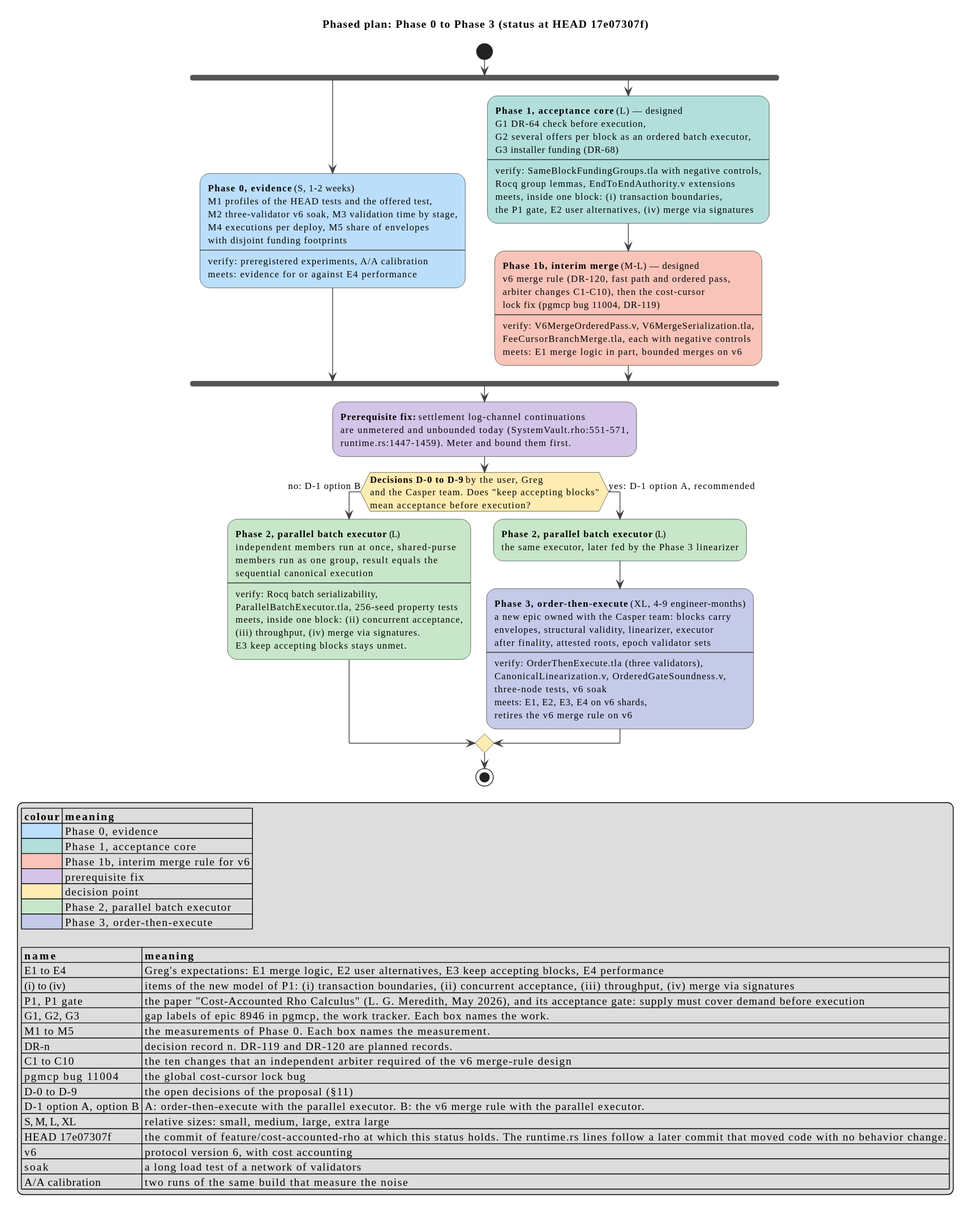
The PlantUML diagram docs/casper/theory/diagrams/consensus-proposal-phase-plan.svg in F1R3FLY-io/f1r3node-rust, before a commit.
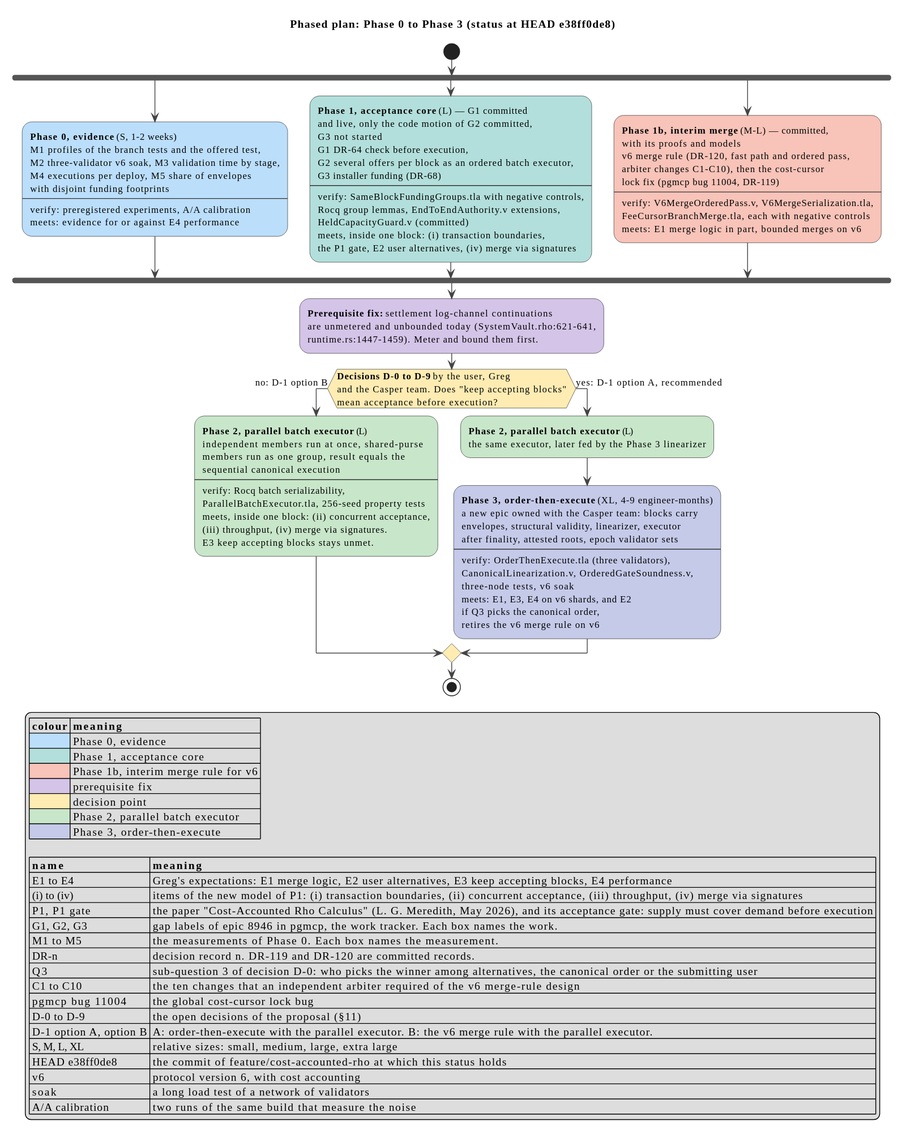
After the commit.

Commit message:
[agent] Apply the audit corrections of 2026-10-12 to the proposal, design and records

Diff of the diagram source:
```diff
@@ -6,12 +6,12 @@
 skinparam ActivityDiamondBackgroundColor $ca_control
 skinparam ActivityDiamondBorderColor #333333
 skinparam ActivityBarColor #555555
-title Phased plan: Phase 0 to Phase 3 (status at HEAD 17e07307f)
+title Phased plan: Phase 0 to Phase 3 (status at HEAD e38ff0de8)
 
 start
 fork
   :**Phase 0, evidence** (S, 1-2 weeks)
-  M1 profiles of the HEAD tests and the offered test,
+  M1 profiles of the branch tests and the offered test,
   M2 three-validator v6 soak, M3 validation time by stage,
   M4 executions per deploy, M5 share of envelopes
   with disjoint funding footprints
@@ -19,16 +19,21 @@
   verify: preregistered experiments, A/A calibration
   meets: evidence for or against E4 performance; <<$ca_supply>>
 fork again
-  :**Phase 1, acceptance core** (L) — designed
+  :**Phase 1, acceptance core** (L) — G1 committed
+  and live, only the code motion of G2 committed,
+  G3 not started
   G1 DR-64 check before execution,
   G2 several offers per block as an ordered batch executor,
   G3 installer funding (DR-68)
   ----
   verify: SameBlockFundingGroups.tla with negative controls,
-  Rocq group lemmas, EndToEndAuthority.v extensions
+  Rocq group lemmas, EndToEndAuthority.v extensions,
+  HeldCapacityGuard.v (committed)
   meets, inside one block: (i) transaction boundaries,
   the P1 gate, E2 user alternatives, (iv) merge via signatures; <<$ca_gate>>
-  :**Phase 1b, interim merge** (M-L) — designed
+fork again
+  :**Phase 1b, interim merge** (M-L) — committed,
+  with its proofs and models
   v6 merge rule (DR-120, fast path and ordered pass,
   arbiter changes C1-C10), then the cost-cursor
   lock fix (pgmcp bug 11004, DR-119)
@@ -38,7 +43,7 @@
   meets: E1 merge logic in part, bounded merges on v6; <<$ca_surface>>
 end fork
 :**Prerequisite fix:** settlement log-channel continuations
-are unmetered and unbounded today (SystemVault.rho:551-571,
+are unmetered and unbounded today (SystemVault.rho:621-641,
 runtime.rs:1447-1459). Meter and bound them first.; <<$ca_process>>
 if (**Decisions D-0 to D-9** by the user, Greg
 and the Casper team. Does "keep accepting blocks"
@@ -64,7 +69,8 @@
   verify: OrderThenExecute.tla (three validators),
   CanonicalLinearization.v, OrderedGateSoundness.v,
   three-node tests, v6 soak
-  meets: E1, E2, E3, E4 on v6 shards,
+  meets: E1, E3, E4 on v6 shards, and E2
+  if Q3 picks the canonical order,
   retires the v6 merge rule on v6; <<$ca_capability>>
 endif
 stop
@@ -85,13 +91,14 @@
   | P1, P1 gate | the paper "Cost-Accounted Rho Calculus" (L. G. Meredith, May 2026), and its acceptance gate: supply must cover demand before execution |
   | G1, G2, G3 | gap labels of epic 8946 in pgmcp, the work tracker. Each box names the work. |
   | M1 to M5 | the measurements of Phase 0. Each box names the measurement. |
-  | DR-n | decision record n. DR-119 and DR-120 are planned records. |
+  | DR-n | decision record n. DR-119 and DR-120 are committed records. |
+  | Q3 | sub-question 3 of decision D-0: who picks the winner among alternatives, the canonical order or the submitting user |
   | C1 to C10 | the ten changes that an independent arbiter required of the v6 merge-rule design |
   | pgmcp bug 11004 | the global cost-cursor lock bug |
   | D-0 to D-9 | the open decisions of the proposal (§11) |
   | D-1 option A, option B | A: order-then-execute with the parallel executor. B: the v6 merge rule with the parallel executor. |
   | S, M, L, XL | relative sizes: small, medium, large, extra large |
-  | HEAD 17e07307f | the commit of feature/cost-accounted-rho at which this status holds. The runtime.rs lines follow a later commit that moved code with no behavior change. |
+  | HEAD e38ff0de8 | the commit of feature/cost-accounted-rho at which this status holds |
   | v6 | protocol version 6, with cost accounting |
   | soak | a long load test of a network of validators |
   | A/A calibration | two runs of the same build that measure the noise |
```
